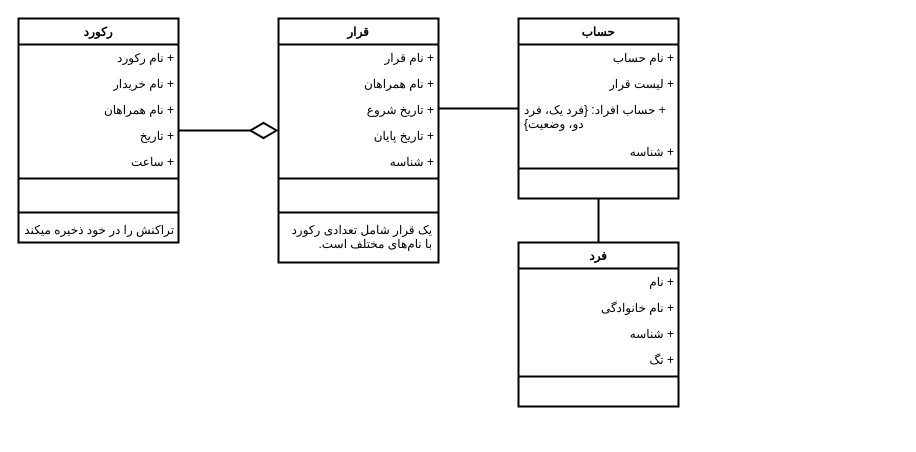
The draw.io diagram page "Class" (1 of 14) of UML.drawio in moharamzadeh/lets-go-dutch, before the edit. Source tidied: cells renumbered, new cells numbered last; positions are measured from the earlier drawing's top-left corner, leaving out a move shared by most shapes. Both pictures are drawn from the tidied source at 100%, with x=0, y=0 at pixel (18, 18).
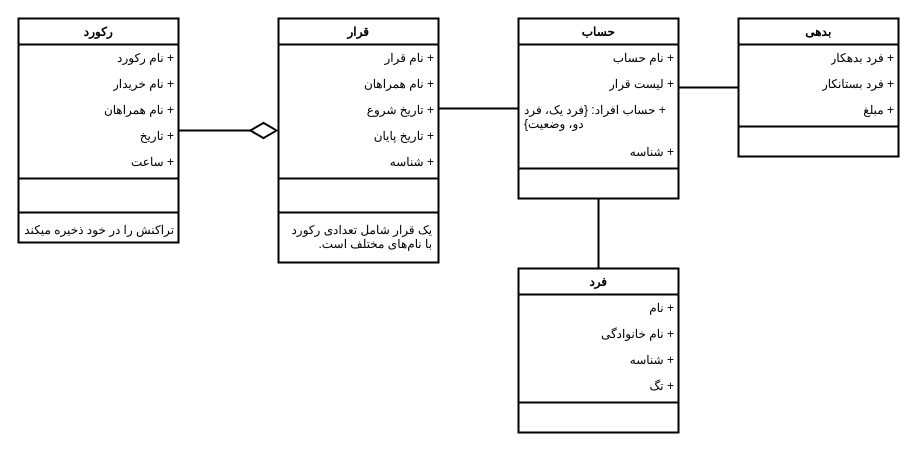
Above is the later version.

Commit message:
Update Class: add Bedehi

The change refers to these unchanged cells:
```xml
<mxCell id="30" value="حساب" style="swimlane;fontStyle=1;align=center;verticalAlign=top;horizontal=1;startSize=26;fontFamily=Vazirmatn;whiteSpace=wrap;html=1;textDirection=rtl;strokeWidth=2;" parent="1" vertex="1">
  <mxGeometry x="500" width="160" height="180" as="geometry" />
</mxCell>
```

What changed in the source:
```diff
@@
     <mxCell id="23" value="فرد" style="swimlane;fontStyle=1;align=center;verticalAlign=top;horizontal=1;startSize=26;fontFamily=Vazirmatn;whiteSpace=wrap;html=1;textDirection=rtl;strokeWidth=2;" parent="1" vertex="1">
-      <mxGeometry x="500" y="224" width="160" height="164" as="geometry" />
+      <mxGeometry x="500" y="250" width="160" height="164" as="geometry" />
     </mxCell>
@@
+    <mxCell id="39" value="بدهی" style="swimlane;fontStyle=1;align=center;verticalAlign=top;horizontal=1;startSize=26;fontFamily=Vazirmatn;whiteSpace=wrap;html=1;textDirection=rtl;strokeWidth=2;" parent="1" vertex="1">
+      <mxGeometry x="720" width="160" height="138" as="geometry" />
+    </mxCell>
+    <mxCell id="40" value="+ فرد بدهکار" style="text;strokeColor=none;fillColor=none;align=left;verticalAlign=top;spacingLeft=4;spacingRight=4;overflow=hidden;fontFamily=Vazirmatn;whiteSpace=wrap;html=1;textDirection=rtl;strokeWidth=2;" parent="39" vertex="1">
+      <mxGeometry y="26" width="160" height="26" as="geometry" />
+    </mxCell>
+    <mxCell id="41" value="+ فرد بستانکار" style="text;strokeColor=none;fillColor=none;align=left;verticalAlign=top;spacingLeft=4;spacingRight=4;overflow=hidden;fontFamily=Vazirmatn;whiteSpace=wrap;html=1;textDirection=rtl;strokeWidth=2;" parent="39" vertex="1">
+      <mxGeometry y="52" width="160" height="26" as="geometry" />
+    </mxCell>
+    <mxCell id="42" value="+ مبلغ" style="text;strokeColor=none;fillColor=none;align=left;verticalAlign=top;spacingLeft=4;spacingRight=4;overflow=hidden;fontFamily=Vazirmatn;whiteSpace=wrap;html=1;textDirection=rtl;strokeWidth=2;" parent="39" vertex="1">
+      <mxGeometry y="78" width="160" height="26" as="geometry" />
+    </mxCell>
+    <mxCell id="43" style="line;strokeWidth=2;fillColor=none;align=left;verticalAlign=middle;spacingTop=-1;spacingLeft=3;spacingRight=3;labelPosition=right;fontFamily=Vazirmatn;whiteSpace=wrap;html=1;textDirection=rtl;" parent="39" vertex="1">
+      <mxGeometry y="104" width="160" height="8" as="geometry" />
+    </mxCell>
+    <mxCell id="44" value=" " style="text;strokeColor=none;fillColor=none;align=left;verticalAlign=top;spacingLeft=4;spacingRight=4;overflow=hidden;fontFamily=Vazirmatn;whiteSpace=wrap;html=1;textDirection=rtl;strokeWidth=2;" parent="39" vertex="1">
+      <mxGeometry y="112" width="160" height="26" as="geometry" />
+    </mxCell>
+    <mxCell id="45" style="endArrow=none;endFill=0;endSize=24;html=1;rounded=0;fontFamily=Vazirmatn;edgeStyle=elbowEdgeStyle;elbow=vertical;strokeWidth=2;" parent="1" edge="1" source="30" target="39">
+      <mxGeometry relative="1" as="geometry" />
+    </mxCell>
```
